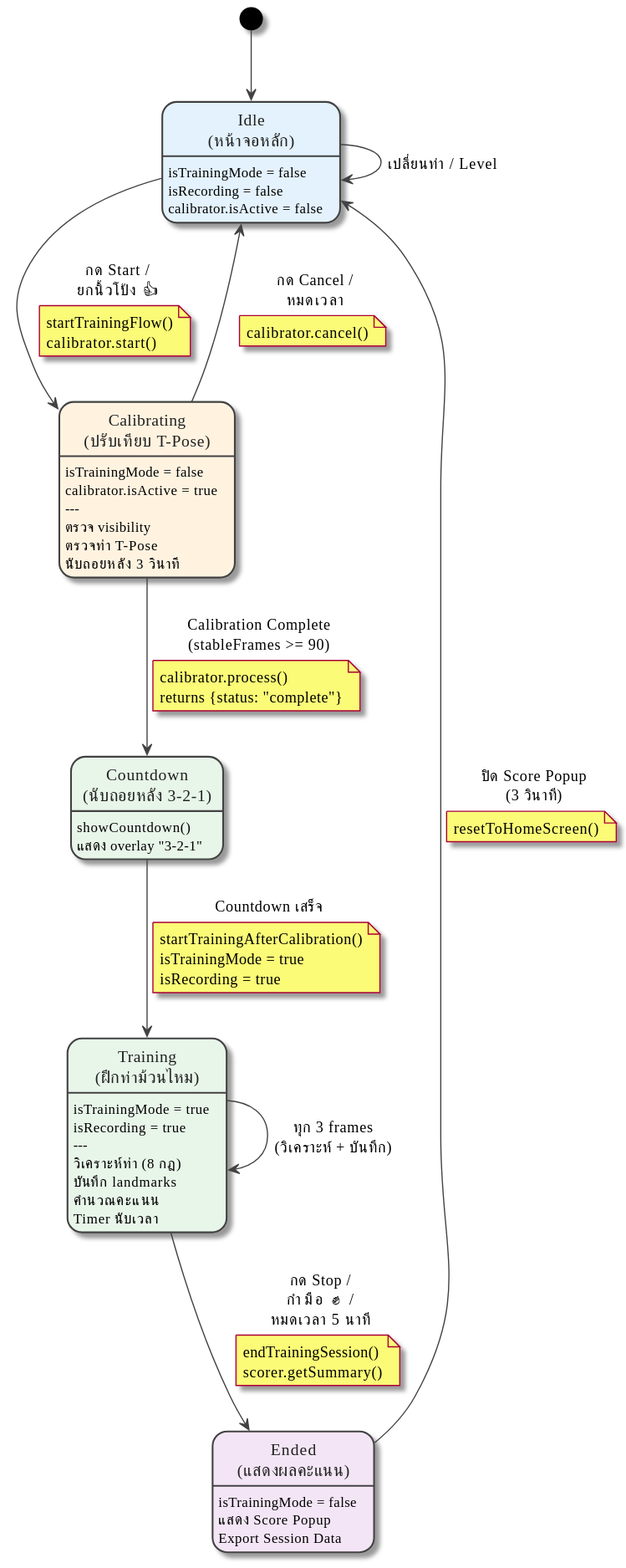
Before: out/docs/diagrams/StateDiagram_TrainingSession/StateDiagram_TrainingSession.svg, a diagram exported from PlantUML (vyut/TaijiFlow). The source it was exported from:
```plantuml
@startuml StateDiagram_TrainingSession

skinparam defaultFontName "Sarabun"
skinparam backgroundColor transparent
skinparam state {
    BackgroundColor #FAFAFA
    BorderColor #424242
    FontColor #212121
    ArrowColor #424242
}

skinparam state {
    BackgroundColor<<idle>> #E3F2FD
    BackgroundColor<<calibrating>> #FFF3E0
    BackgroundColor<<countdown>> #E8F5E9
    BackgroundColor<<training>> #E8F5E9
    BackgroundColor<<ended>> #F3E5F5
}


[*] --> Idle

state "Idle\n(หน้าจอหลัก)" as Idle <<idle>> {
    Idle : isTrainingMode = false
    Idle : isRecording = false
    Idle : calibrator.isActive = false
}

state "Calibrating\n(ปรับเทียบ T-Pose)" as Calibrating <<calibrating>> {
    Calibrating : isTrainingMode = false
    Calibrating : calibrator.isActive = true
    Calibrating : ---
    Calibrating : ตรวจ visibility
    Calibrating : ตรวจท่า T-Pose
    Calibrating : นับถอยหลัง 3 วินาที
}

state "Countdown\n(นับถอยหลัง 3-2-1)" as Countdown <<countdown>> {
    Countdown : showCountdown()
    Countdown : แสดง overlay "3-2-1"
}

state "Training\n(ฝึกท่าม้วนไหม)" as Training <<training>> {
    Training : isTrainingMode = true
    Training : isRecording = true
    Training : ---
    Training : วิเคราะห์ท่า (8 กฎ)
    Training : บันทึก landmarks
    Training : คำนวณคะแนน
    Training : Timer นับเวลา
}

state "Ended\n(แสดงผลคะแนน)" as Ended <<ended>> {
    Ended : isTrainingMode = false
    Ended : แสดง Score Popup
    Ended : Export Session Data
}


Idle --> Calibrating : กด Start /\nยกนิ้วโป้ง 👍
note on link
    startTrainingFlow()
    calibrator.start()
end note

Calibrating --> Countdown : Calibration Complete\n(stableFrames >= 90)
note on link
    calibrator.process()
    returns {status: "complete"}
end note

Calibrating --> Idle : กด Cancel /\nหมดเวลา
note on link
    calibrator.cancel()
end note

Countdown --> Training : Countdown เสร็จ
note on link
    startTrainingAfterCalibration()
    isTrainingMode = true
    isRecording = true
end note

Training --> Ended : กด Stop /\nกำมือ ✊ /\nหมดเวลา 5 นาที
note on link
    endTrainingSession()
    scorer.getSummary()
end note

Ended --> Idle : ปิด Score Popup\n(3 วินาที)
note on link
    resetToHomeScreen()
end note

Idle --> Idle : เปลี่ยนท่า / Level
Training --> Training : ทุก 3 frames\n(วิเคราะห์ + บันทึก)

@enduml
```
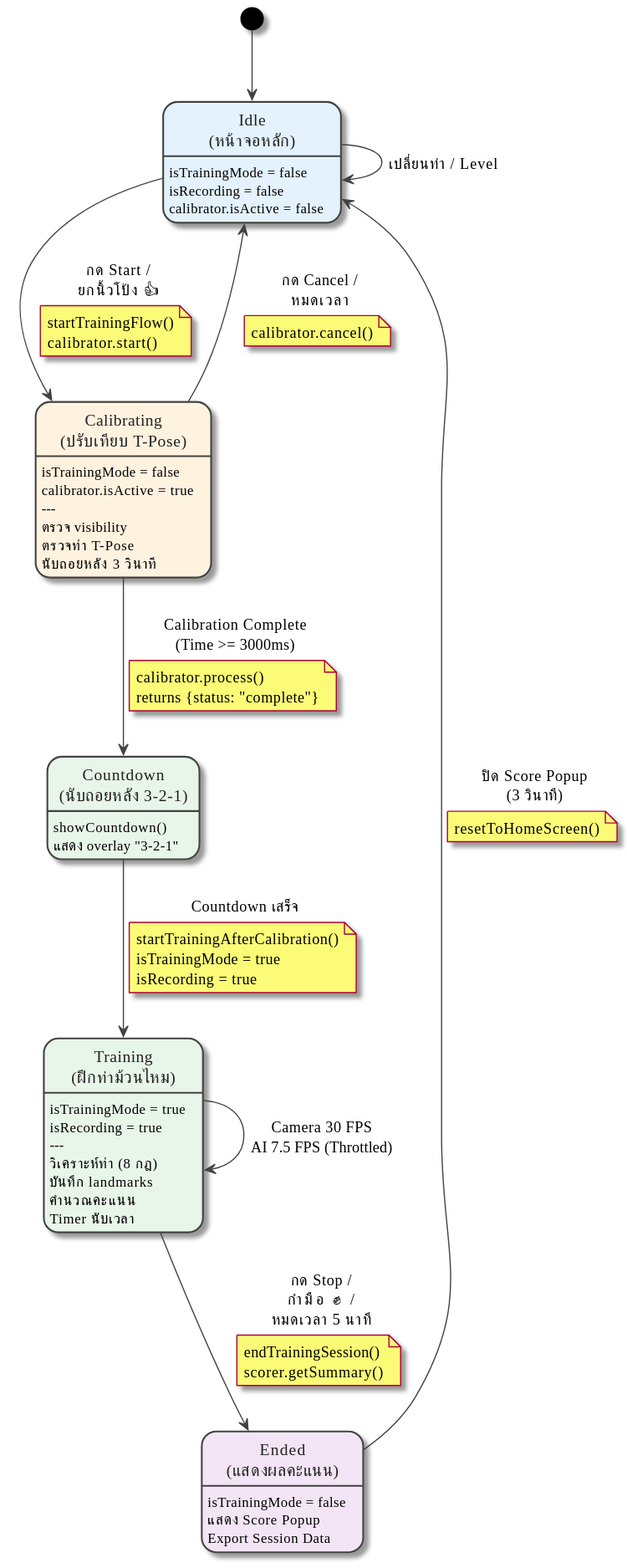
The same diagram one commit later.

The edit, as a diff of the source:
```diff
@@ -63,7 +63,7 @@
     calibrator.start()
 end note
 
-Calibrating --> Countdown : Calibration Complete\n(stableFrames >= 90)
+Calibrating --> Countdown : Calibration Complete\n(Time >= 3000ms)
 note on link
     calibrator.process()
     returns {status: "complete"}
@@ -93,6 +93,6 @@
 end note
 
 Idle --> Idle : เปลี่ยนท่า / Level
-Training --> Training : ทุก 3 frames\n(วิเคราะห์ + บันทึก)
+Training --> Training : Camera 30 FPS\nAI 7.5 FPS (Throttled)
 
 @enduml
```
